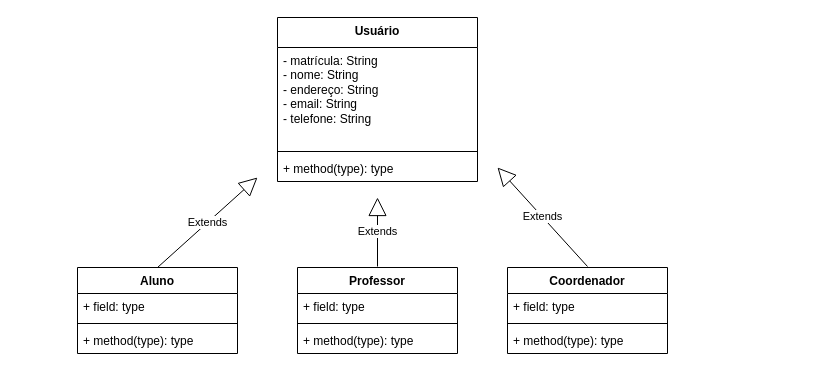
Before: diagrama.drawio in analinda444/mikeeee, a draw.io diagram. Source tidied: cells renumbered, new cells numbered last; positions are measured from the earlier drawing's top-left corner, leaving out a move shared by most shapes. Both pictures are drawn from the tidied source at 100%, with x=0, y=0 at pixel (77, 17).
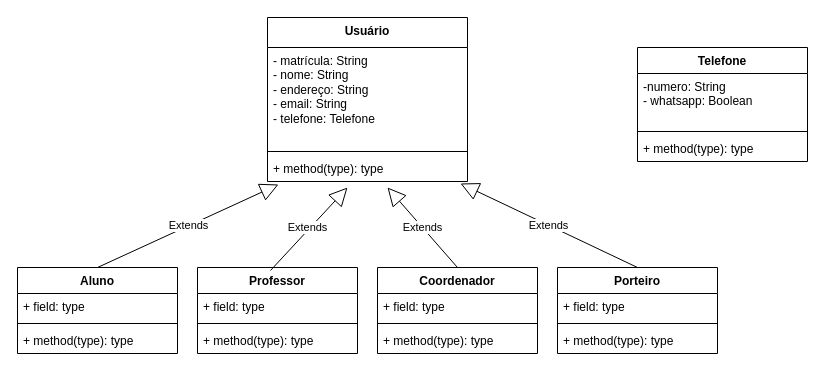
After the change.

Unchanged cells that the change refers to:
```xml
<mxCell id="5" value="+ method(type): type" style="text;strokeColor=none;fillColor=none;align=left;verticalAlign=top;spacingLeft=4;spacingRight=4;overflow=hidden;points=[[0,0.5],[1,0.5]];portConstraint=eastwest;whiteSpace=wrap;html=1;" parent="2" vertex="1">
  <mxGeometry y="138" width="200" height="26" as="geometry" />
</mxCell>
```

What changed in the source:
```diff
@@
     <mxCell id="2" value="Usuário" style="swimlane;fontStyle=1;align=center;verticalAlign=top;horizontal=1;startSize=30;whiteSpace=wrap;html=1;" parent="1" vertex="1">
-      <mxGeometry x="200" width="200" height="164" as="geometry" />
+      <mxGeometry x="190" width="200" height="164" as="geometry" />
     </mxCell>
-    <mxCell id="3" value="- matrícula: String&lt;br&gt;- nome: String&lt;br&gt;- endereço: String&lt;br&gt;- email: String&lt;br&gt;- telefone: String&lt;br&gt;" style="text;strokeColor=none;fillColor=none;align=left;verticalAlign=top;spacingLeft=4;spacingRight=4;overflow=hidden;whiteSpace=wrap;html=1;" parent="2" vertex="1">
+    <mxCell id="3" value="- matrícula: String&lt;br&gt;- nome: String&lt;br&gt;- endereço: String&lt;br&gt;- email: String&lt;br&gt;- telefone: Telefone" style="text;strokeColor=none;fillColor=none;align=left;verticalAlign=top;spacingLeft=4;spacingRight=4;overflow=hidden;whiteSpace=wrap;html=1;" parent="2" vertex="1">
       <mxGeometry y="30" width="200" height="100" as="geometry" />
     </mxCell>
@@
     <mxCell id="6" value="Professor" style="swimlane;fontStyle=1;align=center;verticalAlign=top;horizontal=1;startSize=26;whiteSpace=wrap;html=1;" parent="1" vertex="1">
-      <mxGeometry x="220" y="250" width="160" height="86" as="geometry" />
+      <mxGeometry x="120" y="250" width="160" height="86" as="geometry" />
     </mxCell>
@@
     <mxCell id="10" value="Coordenador" style="swimlane;fontStyle=1;align=center;verticalAlign=top;horizontal=1;startSize=26;whiteSpace=wrap;html=1;" parent="1" vertex="1">
-      <mxGeometry x="430" y="250" width="160" height="86" as="geometry" />
+      <mxGeometry x="300" y="250" width="160" height="86" as="geometry" />
     </mxCell>
@@
     <mxCell id="14" value="Aluno" style="swimlane;fontStyle=1;align=center;verticalAlign=top;horizontal=1;startSize=26;whiteSpace=wrap;html=1;" parent="1" vertex="1">
-      <mxGeometry y="250" width="160" height="86" as="geometry" />
+      <mxGeometry x="-60" y="250" width="160" height="86" as="geometry" />
     </mxCell>
@@
-    <mxCell id="18" value="Extends" style="endArrow=block;endSize=16;endFill=0;html=1;rounded=0;exitX=0.5;exitY=0;exitDx=0;exitDy=0;" parent="1" edge="1" source="14">
-      <mxGeometry relative="1" as="geometry">
-        <mxPoint x="180" y="160" as="targetPoint" />
-      </mxGeometry>
+    <mxCell id="18" value="Extends" style="endArrow=block;endSize=16;endFill=0;html=1;rounded=0;exitX=0.5;exitY=0;exitDx=0;exitDy=0;entryX=0.055;entryY=1.115;entryDx=0;entryDy=0;entryPerimeter=0;" parent="1" edge="1" source="14" target="5">
+      <mxGeometry relative="1" as="geometry" />
     </mxCell>
-    <mxCell id="19" value="Extends" style="endArrow=block;endSize=16;endFill=0;html=1;rounded=0;" parent="1" edge="1">
-      <mxGeometry relative="1" as="geometry">
-        <mxPoint x="300" y="249" as="sourcePoint" />
-        <mxPoint x="300" y="180" as="targetPoint" />
+    <mxCell id="19" value="Extends" style="endArrow=block;endSize=16;endFill=0;html=1;rounded=0;exitX=0.456;exitY=0.035;exitDx=0;exitDy=0;exitPerimeter=0;" parent="1" edge="1" source="6">
+      <mxGeometry y="2" relative="1" as="geometry">
+        <mxPoint x="270" y="170" as="targetPoint" />
       </mxGeometry>
     </mxCell>
-    <mxCell id="20" value="Extends" style="endArrow=block;endSize=16;endFill=0;html=1;rounded=0;" parent="1" edge="1">
-      <mxGeometry relative="1" as="geometry">
-        <mxPoint x="510" y="249" as="sourcePoint" />
-        <mxPoint x="420" y="150" as="targetPoint" />
-      </mxGeometry>
+    <mxCell id="20" value="Extends" style="endArrow=block;endSize=16;endFill=0;html=1;rounded=0;exitX=0.5;exitY=0;exitDx=0;exitDy=0;entryX=0.965;entryY=1.077;entryDx=0;entryDy=0;entryPerimeter=0;" parent="1" edge="1" source="21" target="5">
+      <mxGeometry relative="1" as="geometry" />
     </mxCell>
+    <mxCell id="21" value="Porteiro" style="swimlane;fontStyle=1;align=center;verticalAlign=top;horizontal=1;startSize=26;whiteSpace=wrap;html=1;" parent="1" vertex="1">
+      <mxGeometry x="480" y="250" width="160" height="86" as="geometry" />
+    </mxCell>
+    <mxCell id="22" value="+ field: type" style="text;strokeColor=none;fillColor=none;align=left;verticalAlign=top;spacingLeft=4;spacingRight=4;overflow=hidden;whiteSpace=wrap;html=1;" parent="21" vertex="1">
+      <mxGeometry y="26" width="160" height="26" as="geometry" />
+    </mxCell>
+    <mxCell id="23" style="line;strokeWidth=1;fillColor=none;align=left;verticalAlign=middle;spacingTop=-1;spacingLeft=3;spacingRight=3;labelPosition=right;strokeColor=inherit;" parent="21" vertex="1">
+      <mxGeometry y="52" width="160" height="8" as="geometry" />
+    </mxCell>
+    <mxCell id="24" value="+ method(type): type" style="text;strokeColor=none;fillColor=none;align=left;verticalAlign=top;spacingLeft=4;spacingRight=4;overflow=hidden;whiteSpace=wrap;html=1;" parent="21" vertex="1">
+      <mxGeometry y="60" width="160" height="26" as="geometry" />
+    </mxCell>
+    <mxCell id="25" value="Extends" style="endArrow=block;endSize=16;endFill=0;html=1;rounded=0;exitX=0.5;exitY=0;exitDx=0;exitDy=0;" parent="1" edge="1" source="10">
+      <mxGeometry relative="1" as="geometry">
+        <mxPoint x="310" y="170" as="targetPoint" />
+      </mxGeometry>
+    </mxCell>
+    <mxCell id="26" value="Telefone" style="swimlane;fontStyle=1;align=center;verticalAlign=top;horizontal=1;startSize=26;whiteSpace=wrap;html=1;" parent="1" vertex="1">
+      <mxGeometry x="560" y="30" width="170" height="114" as="geometry" />
+    </mxCell>
+    <mxCell id="27" value="-numero: String&lt;br&gt;- whatsapp: Boolean" style="text;strokeColor=none;fillColor=none;align=left;verticalAlign=top;spacingLeft=4;spacingRight=4;overflow=hidden;whiteSpace=wrap;html=1;" parent="26" vertex="1">
+      <mxGeometry y="26" width="170" height="54" as="geometry" />
+    </mxCell>
+    <mxCell id="28" style="line;strokeWidth=1;fillColor=none;align=left;verticalAlign=middle;spacingTop=-1;spacingLeft=3;spacingRight=3;labelPosition=right;strokeColor=inherit;" parent="26" vertex="1">
+      <mxGeometry y="80" width="170" height="8" as="geometry" />
+    </mxCell>
+    <mxCell id="29" value="+ method(type): type" style="text;strokeColor=none;fillColor=none;align=left;verticalAlign=top;spacingLeft=4;spacingRight=4;overflow=hidden;whiteSpace=wrap;html=1;" parent="26" vertex="1">
+      <mxGeometry y="88" width="170" height="26" as="geometry" />
+    </mxCell>
```
